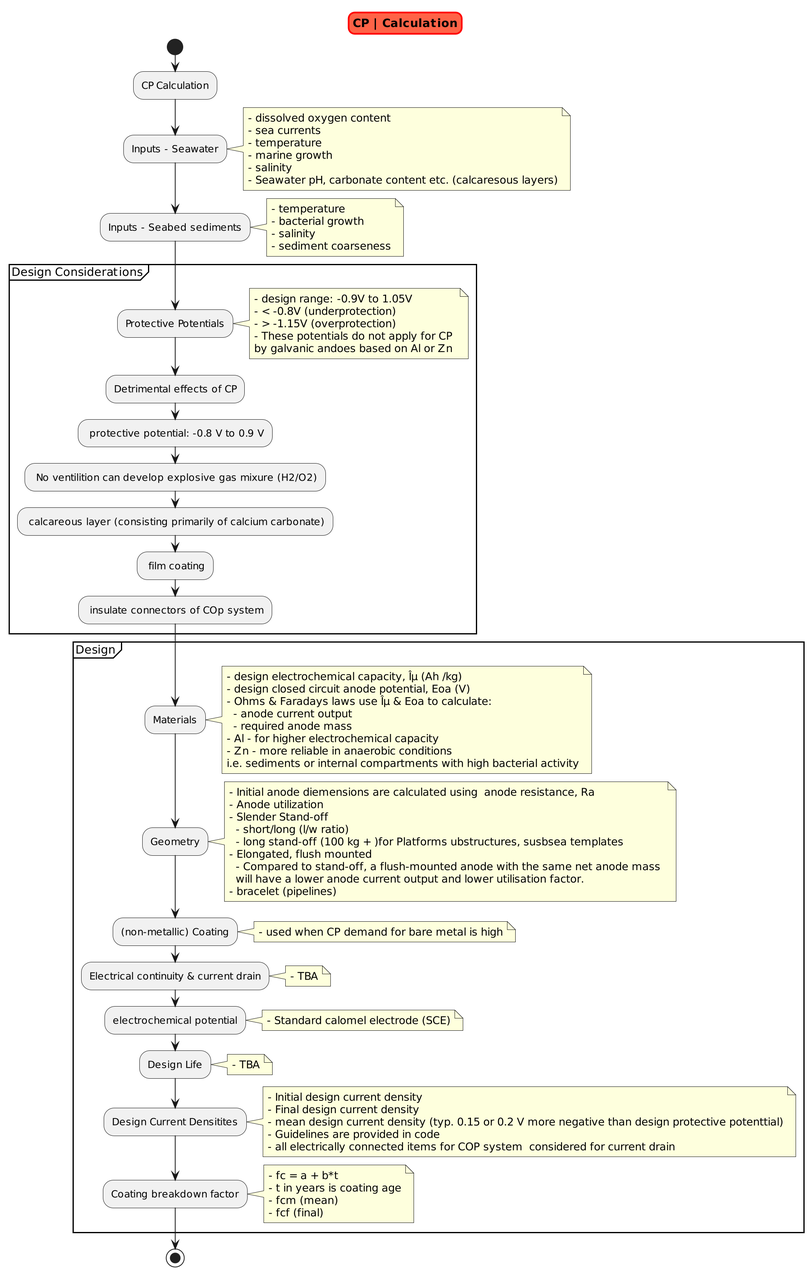
This is docs/cathodic_protection/cp_calculation.png from vamseeachanta/digitalmodel, a PlantUML export, as it was before one commit. Its diagram source:
```plantuml
@startuml
scale 2
skinparam titleBorderRoundCorner 15
skinparam titleBorderThickness 2
skinparam titleBorderColor red
skinparam titleBackgroundColor Tomato

title CP | Calculation

start
:CP Calculation;

:Inputs - Seawater;

  note right
    - dissolved oxygen content
    - sea currents
    - temperature
    - marine growth
    - salinity
    - Seawater pH, carbonate content etc. (calcaresous layers)
  end note

:Inputs - Seabed sediments;

  note right
    - temperature
    - bacterial growth
    - salinity
    - sediment coarseness
  end note


partition Design Considerations {

:Protective Potentials;
  note right
    - design range: -0.9V to 1.05V
    - < -0.8V (underprotection)
    - > -1.15V (overprotection)
    - These potentials do not apply for CP
    by galvanic andoes based on Al or Zn
  end note

:Detrimental effects of CP;
    - protective potential: -0.8 V to 0.9 V
    - No ventilition can develop explosive gas mixure (H2/O2)
    - calcareous layer (consisting primarily of calcium carbonate)
      - film coating
      - insulate connectors of COp system
}


partition Design {

:Materials;
  note right
    - design electrochemical capacity, Îµ (Ah /kg)
    - design closed circuit anode potential, Eoa (V)
    - Ohms & Faradays laws use Îµ & Eoa to calculate:
      - anode current output
      - required anode mass
    - Al - for higher electrochemical capacity
    - Zn - more reliable in anaerobic conditions
    i.e. sediments or internal compartments with high bacterial activity
  end note

:Geometry;
  note right
    - Initial anode diemensions are calculated using  anode resistance, Ra
    - Anode utilization
    - Slender Stand-off
      - short/long (l/w ratio)
      - long stand-off (100 kg + )for Platforms ubstructures, susbsea templates
    - Elongated, flush mounted
      - Compared to stand-off, a flush-mounted anode with the same net anode mass
      will have a lower anode current output and lower utilisation factor.
    - bracelet (pipelines)
  end note

:(non-metallic) Coating;
  note right
    - used when CP demand for bare metal is high
  end note

:Electrical continuity & current drain;
  note right
    - TBA
  end note

:electrochemical potential;
  note right
    - Standard calomel electrode (SCE)
  end note

:Design Life;
  note right
    - TBA
  end note

:Design Current Densitites;
  note right
    - Initial design current density
    - Final design current density
    - mean design current density (typ. 0.15 or 0.2 V more negative than design protective potenttial)
    - Guidelines are provided in code
    - all electrically connected items for COP system  considered for current drain
  end note

:Coating breakdown factor;
  note right
    - fc = a + b*t
    - t in years is coating age
    - fcm (mean)
    - fcf (final)
  end note


}

stop
@enduml
```
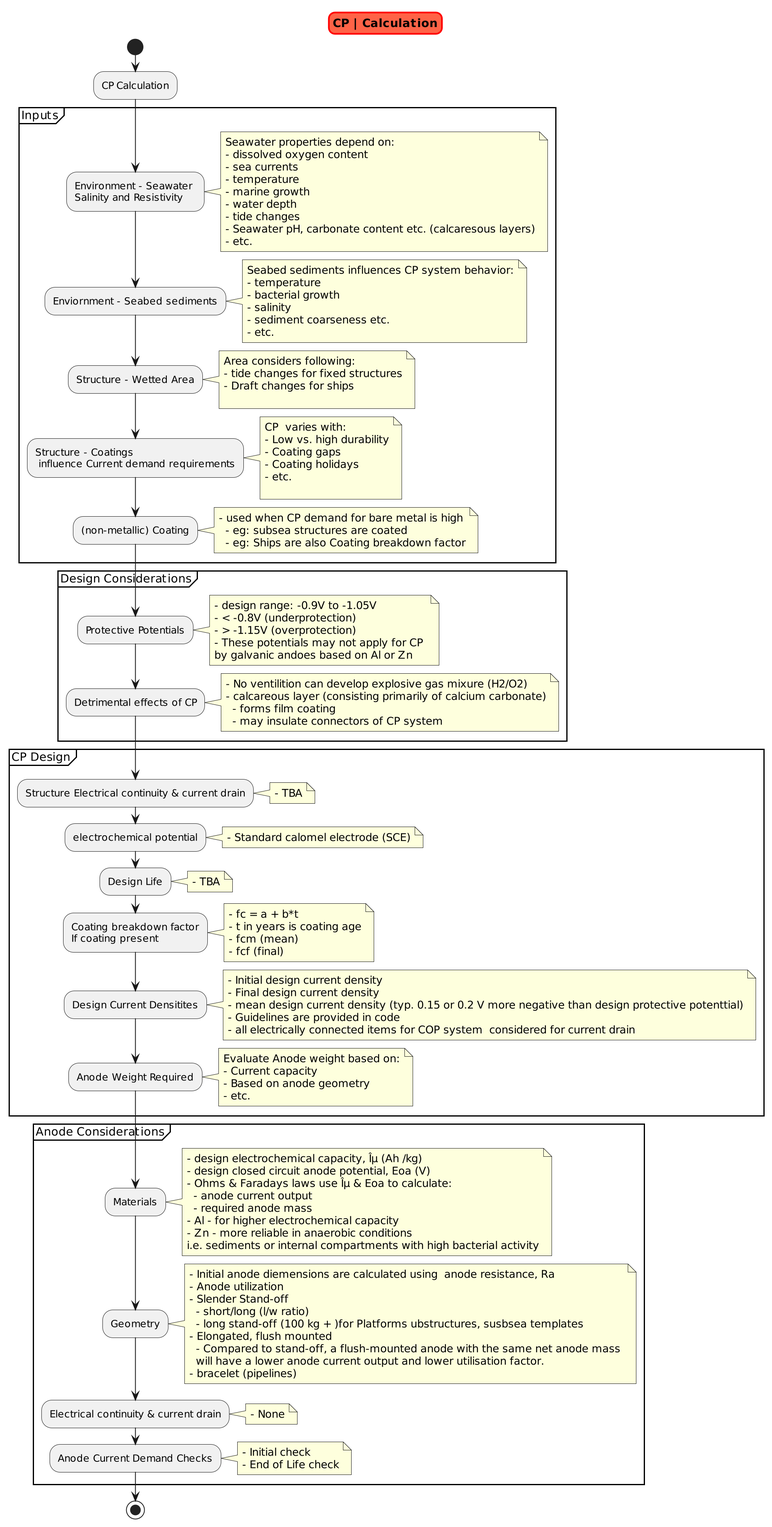
Above is the later version.

Diff of the diagram source:
```diff
@@ -10,48 +10,129 @@
 start
 :CP Calculation;
 
-:Inputs - Seawater;
+
+partition Inputs {
+:Environment - Seawater \nSalinity and Resistivity;
 
   note right
+    Seawater properties depend on:
     - dissolved oxygen content
     - sea currents
     - temperature
     - marine growth
-    - salinity
+    - water depth
+    - tide changes
     - Seawater pH, carbonate content etc. (calcaresous layers)
+    - etc.
   end note
 
-:Inputs - Seabed sediments;
+:Enviornment - Seabed sediments;
 
   note right
+    Seabed sediments influences CP system behavior:
     - temperature
     - bacterial growth
     - salinity
-    - sediment coarseness
+    - sediment coarseness etc.
+    - etc.
   end note
 
+:Structure - Wetted Area;
+
+  note right
+    Area considers following:
+    - tide changes for fixed structures
+    - Draft changes for ships
+
+  end note
+
+:Structure - Coatings\n influence Current demand requirements;
+
+  note right
+    CP  varies with:
+    - Low vs. high durability
+    - Coating gaps
+    - Coating holidays
+    - etc.
+
+  end note
+
+:(non-metallic) Coating;
+  note right
+    - used when CP demand for bare metal is high
+      - eg: subsea structures are coated
+      - eg: Ships are also Coating breakdown factor
+  end note
+
+}
 
 partition Design Considerations {
 
+
 :Protective Potentials;
   note right
-    - design range: -0.9V to 1.05V
+    - design range: -0.9V to -1.05V
     - < -0.8V (underprotection)
     - > -1.15V (overprotection)
-    - These potentials do not apply for CP
+    - These potentials may not apply for CP
     by galvanic andoes based on Al or Zn
   end note
 
 :Detrimental effects of CP;
-    - protective potential: -0.8 V to 0.9 V
+  note right
     - No ventilition can develop explosive gas mixure (H2/O2)
     - calcareous layer (consisting primarily of calcium carbonate)
-      - film coating
-      - insulate connectors of COp system
+      - forms film coating
+      - may insulate connectors of CP system
+  end note
 }
 
 
-partition Design {
+partition CP Design {
+
+:Structure Electrical continuity & current drain;
+  note right
+    - TBA
+  end note
+
+:electrochemical potential;
+  note right
+    - Standard calomel electrode (SCE)
+  end note
+
+:Design Life;
+  note right
+    - TBA
+  end note
+
+:Coating breakdown factor\nIf coating present;
+  note right
+    - fc = a + b*t
+    - t in years is coating age
+    - fcm (mean)
+    - fcf (final)
+  end note
+
+:Design Current Densitites;
+  note right
+    - Initial design current density
+    - Final design current density
+    - mean design current density (typ. 0.15 or 0.2 V more negative than design protective potenttial)
+    - Guidelines are provided in code
+    - all electrically connected items for COP system  considered for current drain
+  end note
+
+:Anode Weight Required;
+  note right
+    Evaluate Anode weight based on:
+    - Current capacity
+    - Based on anode geometry
+    - etc.
+  end note
+
+}
+
+partition Anode Considerations {
 
 :Materials;
   note right
@@ -78,45 +159,17 @@
     - bracelet (pipelines)
   end note
 
-:(non-metallic) Coating;
+:Electrical continuity & current drain;
   note right
-    - used when CP demand for bare metal is high
+    - None
   end note
 
-:Electrical continuity & current drain;
+:Anode Current Demand Checks;
   note right
-    - TBA
+    - Initial check
+    - End of Life check
   end note
 
-:electrochemical potential;
-  note right
-    - Standard calomel electrode (SCE)
-  end note
-
-:Design Life;
-  note right
-    - TBA
-  end note
-
-:Design Current Densitites;
-  note right
-    - Initial design current density
-    - Final design current density
-    - mean design current density (typ. 0.15 or 0.2 V more negative than design protective potenttial)
-    - Guidelines are provided in code
-    - all electrically connected items for COP system  considered for current drain
-  end note
-
-:Coating breakdown factor;
-  note right
-    - fc = a + b*t
-    - t in years is coating age
-    - fcm (mean)
-    - fcf (final)
-  end note
-
-
 }
-
 stop
 @enduml
```
